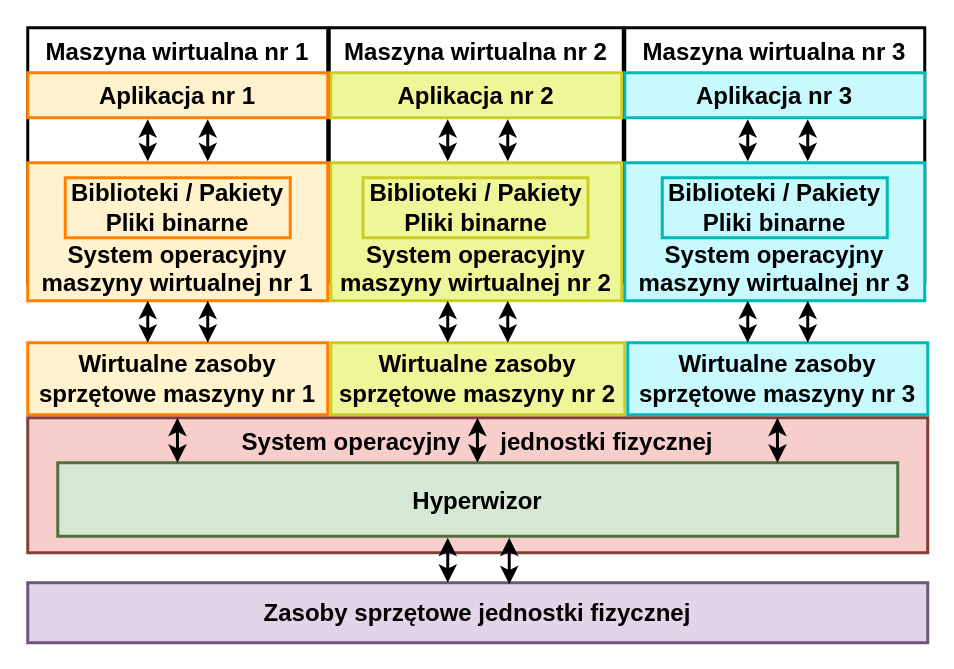
pabloducato/draw.io keeps this draw.io diagram as Virtualization.drawio. Above is the earlier version. Source tidied: cells renumbered, new cells numbered last; positions are measured from the earlier drawing's top-left corner, leaving out a move shared by most shapes. Both pictures are drawn from the tidied source at 150%, with x=0, y=0 at pixel (27, 27).
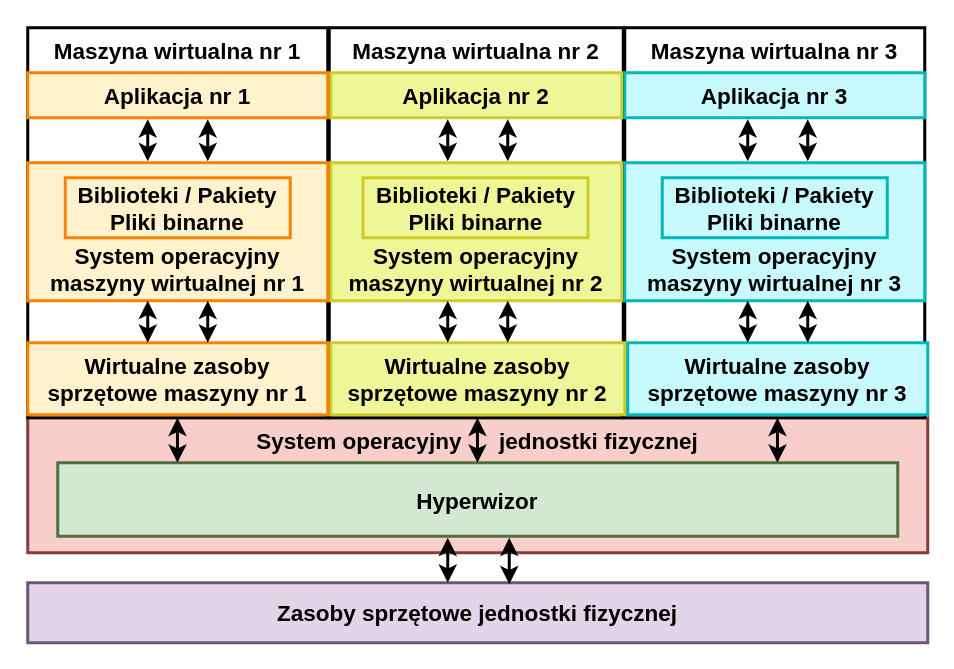
After the change.

What changed in the source:
```diff
@@
-    <mxCell id="2" value="System operacyjny&amp;nbsp; &amp;nbsp; &amp;nbsp; jednostki fizycznej" style="rounded=0;whiteSpace=wrap;html=1;fontStyle=1;fontSize=16;fillColor=#f8cecc;strokeWidth=2;strokeColor=#853D3A;verticalAlign=top;" parent="1" vertex="1">
+    <mxCell id="2" value="System operacyjny&amp;nbsp; &amp;nbsp; &amp;nbsp; jednostki fizycznej" style="rounded=0;whiteSpace=wrap;html=1;fontStyle=1;fontSize=15;fillColor=#f8cecc;strokeWidth=2;strokeColor=#853D3A;verticalAlign=top;" parent="1" vertex="1">
       <mxGeometry y="260" width="600" height="90" as="geometry" />
     </mxCell>
-    <mxCell id="3" value="&lt;b&gt;Maszyna wirtualna nr 3&lt;br&gt;&lt;/b&gt;" style="rounded=0;whiteSpace=wrap;html=1;fontSize=16;strokeWidth=2;horizontal=1;align=center;verticalAlign=top;" parent="1" vertex="1">
-      <mxGeometry x="398" width="200" height="170" as="geometry" />
+    <mxCell id="3" value="&lt;b style=&quot;font-size: 15px;&quot;&gt;Maszyna wirtualna nr 3&lt;br style=&quot;font-size: 15px;&quot;&gt;&lt;/b&gt;" style="rounded=0;whiteSpace=wrap;html=1;fontSize=15;strokeWidth=2;horizontal=1;align=center;verticalAlign=top;" parent="1" vertex="1">
+      <mxGeometry x="398" width="200" height="260" as="geometry" />
     </mxCell>
-    <mxCell id="4" value="&lt;b&gt;Maszyna wirtualna nr 2&lt;br&gt;&lt;/b&gt;" style="rounded=0;whiteSpace=wrap;html=1;fontSize=16;strokeWidth=2;horizontal=1;align=center;verticalAlign=top;" parent="1" vertex="1">
-      <mxGeometry x="201" width="196" height="170" as="geometry" />
+    <mxCell id="4" value="&lt;b style=&quot;font-size: 15px;&quot;&gt;Maszyna wirtualna nr 2&lt;br style=&quot;font-size: 15px;&quot;&gt;&lt;/b&gt;" style="rounded=0;whiteSpace=wrap;html=1;fontSize=15;strokeWidth=2;horizontal=1;align=center;verticalAlign=top;" parent="1" vertex="1">
+      <mxGeometry x="201" width="196" height="260" as="geometry" />
     </mxCell>
-    <mxCell id="5" value="&lt;b&gt;Maszyna wirtualna nr 1&lt;br&gt;&lt;/b&gt;" style="rounded=0;whiteSpace=wrap;html=1;fontSize=16;strokeWidth=2;horizontal=1;align=center;verticalAlign=top;" parent="1" vertex="1">
-      <mxGeometry width="200" height="170" as="geometry" />
+    <mxCell id="5" value="&lt;b style=&quot;font-size: 15px;&quot;&gt;Maszyna wirtualna nr 1&lt;br style=&quot;font-size: 15px;&quot;&gt;&lt;/b&gt;" style="rounded=0;whiteSpace=wrap;html=1;fontSize=15;strokeWidth=2;horizontal=1;align=center;verticalAlign=top;" parent="1" vertex="1">
+      <mxGeometry width="200" height="260" as="geometry" />
     </mxCell>
-    <mxCell id="6" value="Zasoby sprzętowe jednostki fizycznej" style="rounded=0;whiteSpace=wrap;html=1;fontStyle=1;fontSize=16;fillColor=#e1d5e7;strokeWidth=2;strokeColor=#6F557A;" parent="1" vertex="1">
+    <mxCell id="6" value="Zasoby sprzętowe jednostki fizycznej" style="rounded=0;whiteSpace=wrap;html=1;fontStyle=1;fontSize=15;fillColor=#e1d5e7;strokeWidth=2;strokeColor=#6F557A;" parent="1" vertex="1">
       <mxGeometry y="370" width="600" height="40" as="geometry" />
     </mxCell>
-    <mxCell id="7" value="Hyperwizor" style="rounded=0;whiteSpace=wrap;html=1;fontStyle=1;fontSize=16;fillColor=#d5e8d4;strokeWidth=2;strokeColor=#517040;" parent="1" vertex="1">
+    <mxCell id="7" value="Hyperwizor" style="rounded=0;whiteSpace=wrap;html=1;fontStyle=1;fontSize=15;fillColor=#d5e8d4;strokeWidth=2;strokeColor=#517040;" parent="1" vertex="1">
       <mxGeometry x="20" y="290" width="560" height="49" as="geometry" />
     </mxCell>
-    <mxCell id="8" value="System operacyjny maszyny wirtualnej nr 1" style="rounded=0;whiteSpace=wrap;html=1;fontStyle=1;fontSize=16;fillColor=#fff2cc;strokeColor=#FF8000;strokeWidth=2;verticalAlign=bottom;" parent="1" vertex="1">
+    <mxCell id="8" value="System operacyjny maszyny wirtualnej nr 1" style="rounded=0;whiteSpace=wrap;html=1;fontStyle=1;fontSize=15;fillColor=#fff2cc;strokeColor=#FF8000;strokeWidth=2;verticalAlign=bottom;" parent="1" vertex="1">
       <mxGeometry y="90" width="200" height="92" as="geometry" />
     </mxCell>
-    <mxCell id="9" value="&lt;span style=&quot;font-size: 16px ; font-weight: 700&quot;&gt;System operacyjny maszyny wirtualnej nr 2&lt;/span&gt;" style="rounded=0;whiteSpace=wrap;html=1;fillColor=#EDF797;strokeColor=#CCCC29;strokeWidth=2;verticalAlign=bottom;" parent="1" vertex="1">
+    <mxCell id="9" value="&lt;span style=&quot;font-size: 15px; font-weight: 700;&quot;&gt;System operacyjny maszyny wirtualnej nr 2&lt;/span&gt;" style="rounded=0;whiteSpace=wrap;html=1;fillColor=#EDF797;strokeColor=#CCCC29;strokeWidth=2;verticalAlign=bottom;fontSize=15;" parent="1" vertex="1">
       <mxGeometry x="202" y="90" width="194" height="92" as="geometry" />
     </mxCell>
-    <mxCell id="10" value="&lt;span style=&quot;font-size: 16px ; font-weight: 700&quot;&gt;System operacyjny maszyny wirtualnej nr 3&lt;/span&gt;" style="rounded=0;whiteSpace=wrap;html=1;fillColor=#C7F9FF;strokeColor=#00B8B8;strokeWidth=2;verticalAlign=bottom;" parent="1" vertex="1">
+    <mxCell id="10" value="&lt;span style=&quot;font-size: 15px; font-weight: 700;&quot;&gt;System operacyjny maszyny wirtualnej nr 3&lt;/span&gt;" style="rounded=0;whiteSpace=wrap;html=1;fillColor=#C7F9FF;strokeColor=#00B8B8;strokeWidth=2;verticalAlign=bottom;fontSize=15;" parent="1" vertex="1">
       <mxGeometry x="398" y="90" width="200" height="92" as="geometry" />
     </mxCell>
-    <mxCell id="11" value="&lt;font size=&quot;1&quot;&gt;&lt;b style=&quot;font-size: 16px&quot;&gt;Biblioteki / Pakiety&lt;br&gt;Pliki binarne&lt;/b&gt;&lt;/font&gt;" style="rounded=0;whiteSpace=wrap;html=1;fillColor=#fff2cc;strokeColor=#FF8000;strokeWidth=2;verticalAlign=middle;" parent="1" vertex="1">
+    <mxCell id="11" value="&lt;font style=&quot;font-size: 15px;&quot;&gt;&lt;b style=&quot;font-size: 15px;&quot;&gt;Biblioteki / Pakiety&lt;br style=&quot;font-size: 15px;&quot;&gt;Pliki binarne&lt;/b&gt;&lt;/font&gt;" style="rounded=0;whiteSpace=wrap;html=1;fillColor=#fff2cc;strokeColor=#FF8000;strokeWidth=2;verticalAlign=middle;fontSize=15;" parent="1" vertex="1">
       <mxGeometry x="25" y="100" width="150" height="40" as="geometry" />
     </mxCell>
-    <mxCell id="12" value="&lt;b style=&quot;font-size: 16px&quot;&gt;Biblioteki / Pakiety&lt;br&gt;Pliki binarne&lt;/b&gt;" style="rounded=0;whiteSpace=wrap;html=1;fillColor=#EDF797;strokeColor=#CCCC29;strokeWidth=2;" parent="1" vertex="1">
+    <mxCell id="12" value="&lt;b style=&quot;font-size: 15px;&quot;&gt;Biblioteki / Pakiety&lt;br style=&quot;font-size: 15px;&quot;&gt;Pliki binarne&lt;/b&gt;" style="rounded=0;whiteSpace=wrap;html=1;fillColor=#EDF797;strokeColor=#CCCC29;strokeWidth=2;fontSize=15;" parent="1" vertex="1">
       <mxGeometry x="223.5" y="100" width="150" height="40" as="geometry" />
     </mxCell>
-    <mxCell id="13" value="&lt;b style=&quot;font-size: 16px&quot;&gt;Biblioteki / Pakiety&lt;br&gt;Pliki binarne&lt;/b&gt;" style="rounded=0;whiteSpace=wrap;html=1;fillColor=#C7F9FF;strokeColor=#00B8B8;strokeWidth=2;" parent="1" vertex="1">
+    <mxCell id="13" value="&lt;b style=&quot;font-size: 15px;&quot;&gt;Biblioteki / Pakiety&lt;br style=&quot;font-size: 15px;&quot;&gt;Pliki binarne&lt;/b&gt;" style="rounded=0;whiteSpace=wrap;html=1;fillColor=#C7F9FF;strokeColor=#00B8B8;strokeWidth=2;fontSize=15;" parent="1" vertex="1">
       <mxGeometry x="423" y="100" width="150" height="40" as="geometry" />
     </mxCell>
-    <mxCell id="14" value="Aplikacja nr 1" style="rounded=0;whiteSpace=wrap;html=1;fontStyle=1;fontSize=16;fillColor=#fff2cc;strokeColor=#FF8000;strokeWidth=2;" parent="1" vertex="1">
+    <mxCell id="14" value="Aplikacja nr 1" style="rounded=0;whiteSpace=wrap;html=1;fontStyle=1;fontSize=15;fillColor=#fff2cc;strokeColor=#FF8000;strokeWidth=2;" parent="1" vertex="1">
       <mxGeometry y="30" width="200" height="30" as="geometry" />
     </mxCell>
-    <mxCell id="15" value="&lt;span style=&quot;font-size: 16px ; font-weight: 700&quot;&gt;Aplikacja nr 2&lt;/span&gt;" style="rounded=0;whiteSpace=wrap;html=1;fillColor=#EDF797;strokeColor=#CCCC29;strokeWidth=2;" parent="1" vertex="1">
+    <mxCell id="15" value="&lt;span style=&quot;font-size: 15px; font-weight: 700;&quot;&gt;Aplikacja nr 2&lt;/span&gt;" style="rounded=0;whiteSpace=wrap;html=1;fillColor=#EDF797;strokeColor=#CCCC29;strokeWidth=2;fontSize=15;" parent="1" vertex="1">
       <mxGeometry x="202" y="30" width="194" height="30" as="geometry" />
     </mxCell>
-    <mxCell id="16" value="&lt;span style=&quot;font-size: 16px ; font-weight: 700&quot;&gt;Aplikacja nr 3&lt;/span&gt;" style="rounded=0;whiteSpace=wrap;html=1;fillColor=#C7F9FF;strokeColor=#00B8B8;strokeWidth=2;" parent="1" vertex="1">
+    <mxCell id="16" value="&lt;span style=&quot;font-size: 15px; font-weight: 700;&quot;&gt;Aplikacja nr 3&lt;/span&gt;" style="rounded=0;whiteSpace=wrap;html=1;fillColor=#C7F9FF;strokeColor=#00B8B8;strokeWidth=2;fontSize=15;" parent="1" vertex="1">
       <mxGeometry x="398" y="30" width="200" height="30" as="geometry" />
     </mxCell>
@@
-    <mxCell id="19" value="Wirtualne zasoby sprzętowe maszyny nr 1" style="rounded=0;whiteSpace=wrap;html=1;fontStyle=1;fontSize=16;fillColor=#fff2cc;strokeColor=#FF8000;strokeWidth=2;" parent="1" vertex="1">
+    <mxCell id="19" value="Wirtualne zasoby sprzętowe maszyny nr 1" style="rounded=0;whiteSpace=wrap;html=1;fontStyle=1;fontSize=15;fillColor=#fff2cc;strokeColor=#FF8000;strokeWidth=2;" parent="1" vertex="1">
       <mxGeometry y="210" width="200" height="48" as="geometry" />
     </mxCell>
-    <mxCell id="20" value="&lt;span style=&quot;font-size: 16px ; font-weight: 700&quot;&gt;Wirtualne zasoby sprzętowe maszyny nr 2&lt;/span&gt;" style="rounded=0;whiteSpace=wrap;html=1;fillColor=#EDF797;strokeColor=#CCCC29;strokeWidth=2;" parent="1" vertex="1">
+    <mxCell id="20" value="&lt;span style=&quot;font-size: 15px; font-weight: 700;&quot;&gt;Wirtualne zasoby sprzętowe maszyny nr 2&lt;/span&gt;" style="rounded=0;whiteSpace=wrap;html=1;fillColor=#EDF797;strokeColor=#CCCC29;strokeWidth=2;fontSize=15;" parent="1" vertex="1">
       <mxGeometry x="202" y="210" width="196" height="48" as="geometry" />
     </mxCell>
-    <mxCell id="21" value="&lt;span style=&quot;font-size: 16px ; font-weight: 700&quot;&gt;Wirtualne zasoby sprzętowe maszyny nr 3&lt;/span&gt;" style="rounded=0;whiteSpace=wrap;html=1;fillColor=#C7F9FF;strokeColor=#00B8B8;strokeWidth=2;" parent="1" vertex="1">
+    <mxCell id="21" value="&lt;span style=&quot;font-size: 15px; font-weight: 700;&quot;&gt;Wirtualne zasoby sprzętowe maszyny nr 3&lt;/span&gt;" style="rounded=0;whiteSpace=wrap;html=1;fillColor=#C7F9FF;strokeColor=#00B8B8;strokeWidth=2;fontSize=15;" parent="1" vertex="1">
       <mxGeometry x="400" y="210" width="200" height="48" as="geometry" />
     </mxCell>
```
